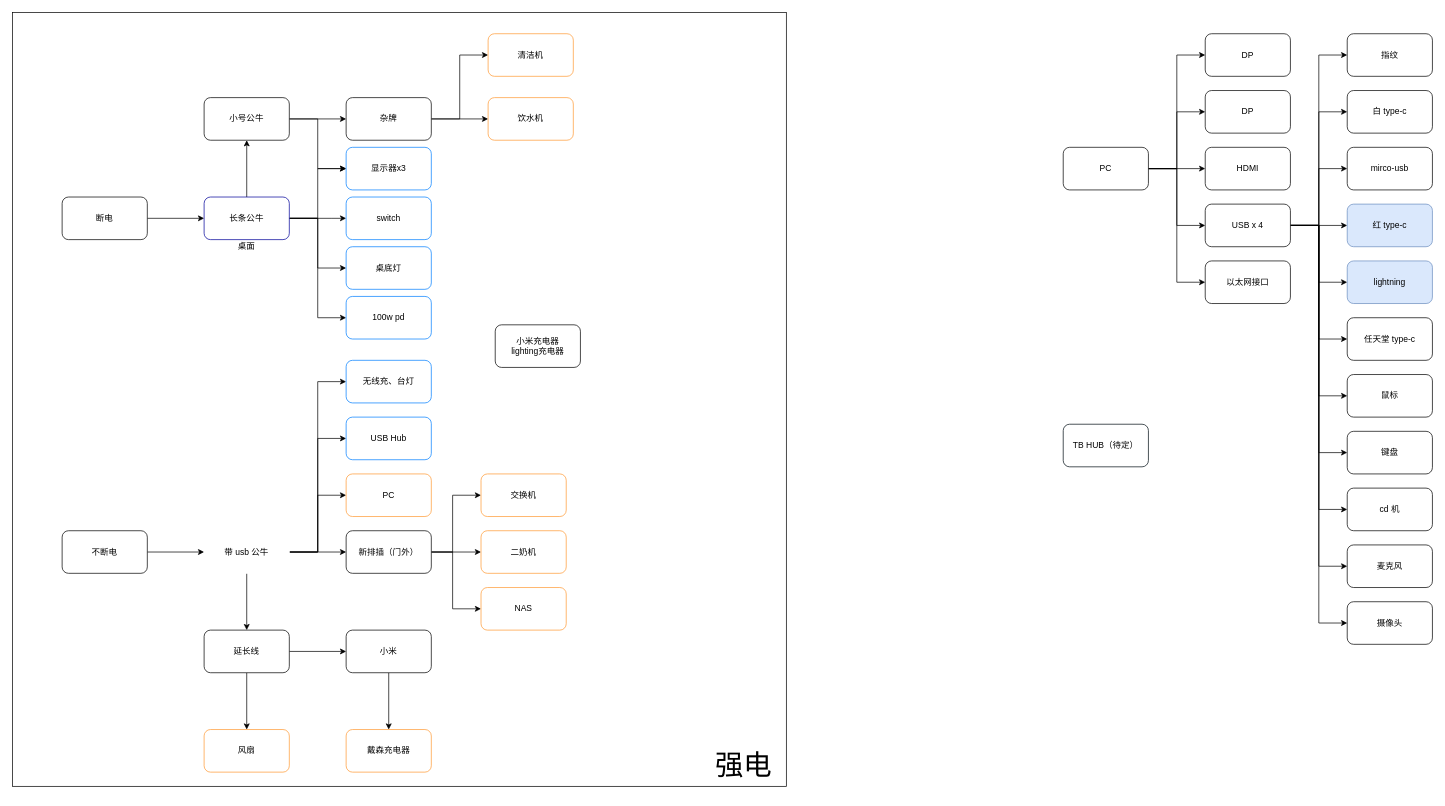
Before: 电力改造.drawio in RekiDunois/ImagineThings, a draw.io diagram. Source tidied: cells renumbered, new cells numbered last; positions are measured from the earlier drawing's top-left corner, leaving out a move shared by most shapes. Both pictures are drawn from the tidied source at 71%, with x=0, y=0 at pixel (12, 12).
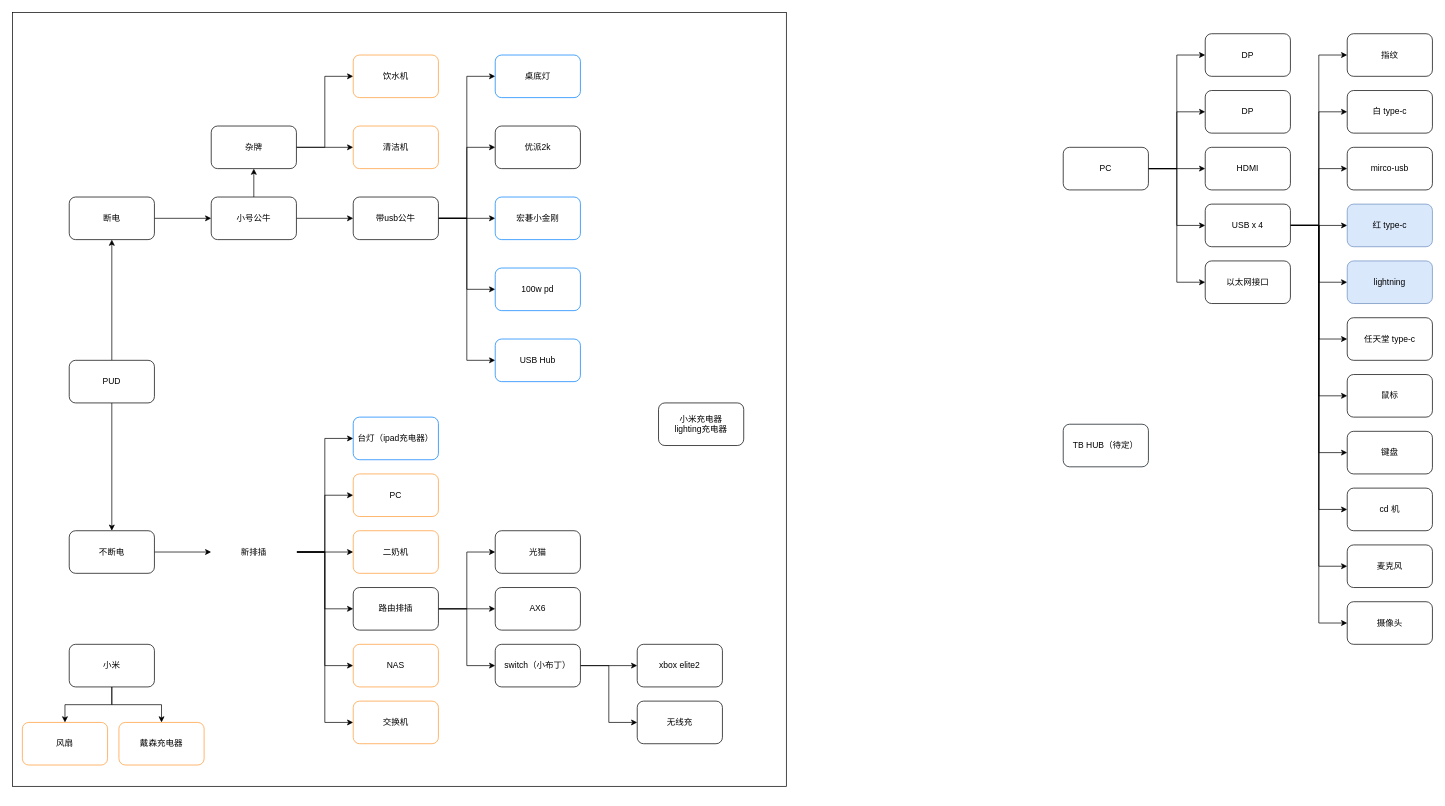
After the change.

Change to the diagram source:
```diff
@@
-    <mxCell id="3" style="edgeStyle=orthogonalEdgeStyle;rounded=0;jettySize=auto;html=1;" parent="1" edge="1" source="4" target="12">
-      <mxGeometry relative="1" as="geometry" />
-    </mxCell>
+    <mxCell id="85" style="edgeStyle=orthogonalEdgeStyle;rounded=0;jettySize=auto;html=1;entryX=0;entryY=0.5;entryDx=0;entryDy=0;" parent="1" edge="1" source="4" target="100">
+      <mxGeometry relative="1" as="geometry" />
+    </mxCell>
     <mxCell id="4" value="断电" style="rounded=1;whiteSpace=wrap;html=1;" parent="1" vertex="1">
-      <mxGeometry x="70" y="260" width="120" height="60" as="geometry" />
+      <mxGeometry x="80" y="260" width="120" height="60" as="geometry" />
     </mxCell>
@@
     <mxCell id="6" value="不断电" style="rounded=1;whiteSpace=wrap;html=1;" parent="1" vertex="1">
-      <mxGeometry x="70" y="730" width="120" height="60" as="geometry" />
+      <mxGeometry x="80" y="730" width="120" height="60" as="geometry" />
     </mxCell>
-    <mxCell id="7" style="edgeStyle=orthogonalEdgeStyle;rounded=0;jettySize=auto;html=1;" parent="1" edge="1" source="12" target="24">
-      <mxGeometry relative="1" as="geometry" />
-    </mxCell>
-    <mxCell id="8" style="edgeStyle=orthogonalEdgeStyle;rounded=0;jettySize=auto;html=1;entryX=0;entryY=0.5;entryDx=0;entryDy=0;" parent="1" edge="1" source="12" target="31">
-      <mxGeometry relative="1" as="geometry">
-        <Array as="points">
-          <mxPoint x="450" y="290" />
-          <mxPoint x="450" y="290" />
-        </Array>
-      </mxGeometry>
-    </mxCell>
-    <mxCell id="9" style="edgeStyle=orthogonalEdgeStyle;rounded=0;jettySize=auto;html=1;entryX=0;entryY=0.5;entryDx=0;entryDy=0;" parent="1" edge="1" source="12" target="30">
-      <mxGeometry relative="1" as="geometry" />
-    </mxCell>
-    <mxCell id="10" style="edgeStyle=orthogonalEdgeStyle;rounded=0;jettySize=auto;html=1;exitX=1;exitY=0.5;exitDx=0;exitDy=0;entryX=0;entryY=0.5;entryDx=0;entryDy=0;fontSize=40;" parent="1" edge="1" source="12" target="54">
-      <mxGeometry relative="1" as="geometry" />
-    </mxCell>
-    <mxCell id="11" style="edgeStyle=orthogonalEdgeStyle;rounded=0;jettySize=auto;html=1;entryX=0;entryY=0.5;entryDx=0;entryDy=0;" parent="1" edge="1" source="12" target="42">
-      <mxGeometry relative="1" as="geometry" />
-    </mxCell>
-    <mxCell id="12" value="长条公牛" style="whiteSpace=wrap;html=1;rounded=1;strokeColor=#000099;" parent="1" vertex="1">
-      <mxGeometry x="270" y="260" width="120" height="60" as="geometry" />
-    </mxCell>
-    <mxCell id="13" style="edgeStyle=orthogonalEdgeStyle;rounded=0;jettySize=auto;html=1;" parent="1" edge="1" source="18" target="21">
-      <mxGeometry relative="1" as="geometry" />
-    </mxCell>
-    <mxCell id="14" style="edgeStyle=orthogonalEdgeStyle;rounded=0;jettySize=auto;html=1;" parent="1" edge="1" source="18" target="36">
-      <mxGeometry relative="1" as="geometry" />
-    </mxCell>
     <mxCell id="15" style="edgeStyle=orthogonalEdgeStyle;rounded=0;jettySize=auto;html=1;entryX=0;entryY=0.5;entryDx=0;entryDy=0;" parent="1" edge="1" source="18" target="38">
       <mxGeometry relative="1" as="geometry">
         <Array as="points">
-          <mxPoint x="430" y="760" />
-          <mxPoint x="430" y="680" />
+          <mxPoint x="440" y="760" />
+          <mxPoint x="440" y="680" />
         </Array>
       </mxGeometry>
     </mxCell>
-    <mxCell id="16" style="edgeStyle=orthogonalEdgeStyle;rounded=0;jettySize=auto;html=1;entryX=0;entryY=0.5;entryDx=0;entryDy=0;" parent="1" edge="1" source="18" target="39">
-      <mxGeometry relative="1" as="geometry">
-        <Array as="points">
-          <mxPoint x="430" y="760" />
-          <mxPoint x="430" y="600" />
-        </Array>
-      </mxGeometry>
-    </mxCell>
     <mxCell id="17" style="edgeStyle=orthogonalEdgeStyle;rounded=0;jettySize=auto;html=1;" parent="1" edge="1" source="18" target="46">
       <mxGeometry relative="1" as="geometry">
         <Array as="points">
-          <mxPoint x="430" y="760" />
-          <mxPoint x="430" y="520" />
+          <mxPoint x="440" y="760" />
+          <mxPoint x="440" y="600" />
         </Array>
       </mxGeometry>
     </mxCell>
+    <mxCell id="86" style="edgeStyle=orthogonalEdgeStyle;rounded=0;jettySize=auto;html=1;entryX=0;entryY=0.5;entryDx=0;entryDy=0;" parent="1" edge="1" source="18" target="104">
+      <mxGeometry relative="1" as="geometry">
+        <Array as="points">
+          <mxPoint x="440" y="760" />
+          <mxPoint x="440" y="840" />
+        </Array>
+      </mxGeometry>
+    </mxCell>
+    <mxCell id="87" style="edgeStyle=orthogonalEdgeStyle;rounded=0;jettySize=auto;html=1;" parent="1" edge="1" source="18" target="37">
+      <mxGeometry relative="1" as="geometry" />
+    </mxCell>
+    <mxCell id="88" style="edgeStyle=orthogonalEdgeStyle;rounded=0;jettySize=auto;html=1;entryX=0;entryY=0.5;entryDx=0;entryDy=0;" parent="1" edge="1" source="18" target="40">
+      <mxGeometry relative="1" as="geometry">
+        <Array as="points">
+          <mxPoint x="440" y="760" />
+          <mxPoint x="440" y="920" />
+        </Array>
+      </mxGeometry>
+    </mxCell>
+    <mxCell id="89" style="edgeStyle=orthogonalEdgeStyle;rounded=0;jettySize=auto;html=1;entryX=0;entryY=0.5;entryDx=0;entryDy=0;" parent="1" edge="1" source="18" target="41">
+      <mxGeometry relative="1" as="geometry">
+        <Array as="points">
+          <mxPoint x="440" y="760" />
+          <mxPoint x="440" y="1000" />
+        </Array>
+      </mxGeometry>
+    </mxCell>
-    <mxCell id="18" value="带&amp;nbsp;usb&amp;nbsp;公牛" style="whiteSpace=wrap;html=1;rounded=1;fillColor=#FFFFFF;strokeColor=#FFFFFF;" parent="1" vertex="1">
-      <mxGeometry x="270" y="730" width="120" height="60" as="geometry" />
+    <mxCell id="18" value="新排插" style="whiteSpace=wrap;html=1;rounded=1;fillColor=#FFFFFF;strokeColor=#FFFFFF;" parent="1" vertex="1">
+      <mxGeometry x="280" y="730" width="120" height="60" as="geometry" />
     </mxCell>
-    <mxCell id="19" style="edgeStyle=orthogonalEdgeStyle;rounded=0;jettySize=auto;html=1;" parent="1" edge="1" source="21" target="29">
-      <mxGeometry relative="1" as="geometry" />
-    </mxCell>
-    <mxCell id="20" style="edgeStyle=orthogonalEdgeStyle;rounded=0;jettySize=auto;html=1;" parent="1" edge="1" source="21" target="43">
-      <mxGeometry relative="1" as="geometry" />
-    </mxCell>
-    <mxCell id="21" value="延长线" style="whiteSpace=wrap;html=1;rounded=1;" parent="1" vertex="1">
-      <mxGeometry x="270" y="870" width="120" height="60" as="geometry" />
-    </mxCell>
-    <mxCell id="22" style="edgeStyle=orthogonalEdgeStyle;rounded=0;jettySize=auto;html=1;" parent="1" edge="1" source="24" target="27">
-      <mxGeometry relative="1" as="geometry" />
-    </mxCell>
@@
+    <mxCell id="90" style="edgeStyle=orthogonalEdgeStyle;rounded=0;jettySize=auto;html=1;entryX=0;entryY=0.5;entryDx=0;entryDy=0;" parent="1" edge="1" source="24" target="42">
+      <mxGeometry relative="1" as="geometry" />
+    </mxCell>
+    <mxCell id="91" style="edgeStyle=orthogonalEdgeStyle;rounded=0;jettySize=auto;html=1;" parent="1" edge="1" source="24" target="112">
+      <mxGeometry relative="1" as="geometry">
+        <Array as="points">
+          <mxPoint x="640" y="290" />
+          <mxPoint x="640" y="190" />
+        </Array>
+      </mxGeometry>
+    </mxCell>
+    <mxCell id="92" style="edgeStyle=orthogonalEdgeStyle;rounded=0;jettySize=auto;html=1;entryX=0;entryY=0.5;entryDx=0;entryDy=0;" parent="1" edge="1" source="24" target="39">
+      <mxGeometry relative="1" as="geometry" />
+    </mxCell>
+    <mxCell id="93" style="edgeStyle=orthogonalEdgeStyle;rounded=0;jettySize=auto;html=1;entryX=0;entryY=0.5;entryDx=0;entryDy=0;" parent="1" edge="1" source="24" target="54">
+      <mxGeometry relative="1" as="geometry" />
+    </mxCell>
-    <mxCell id="24" value="小号公牛" style="whiteSpace=wrap;html=1;rounded=1;" parent="1" vertex="1">
-      <mxGeometry x="270" y="120" width="120" height="60" as="geometry" />
+    <mxCell id="24" value="带usb公牛" style="whiteSpace=wrap;html=1;rounded=1;" parent="1" vertex="1">
+      <mxGeometry x="480" y="260" width="120" height="60" as="geometry" />
     </mxCell>
-    <mxCell id="25" style="edgeStyle=orthogonalEdgeStyle;rounded=0;jettySize=auto;html=1;" parent="1" edge="1" source="27" target="32">
+    <mxCell id="25" style="edgeStyle=orthogonalEdgeStyle;rounded=0;jettySize=auto;html=1;entryX=0;entryY=0.5;entryDx=0;entryDy=0;" parent="1" edge="1" source="27" target="32">
       <mxGeometry relative="1" as="geometry" />
     </mxCell>
-    <mxCell id="26" style="edgeStyle=orthogonalEdgeStyle;rounded=0;jettySize=auto;html=1;" parent="1" edge="1" source="27" target="44">
-      <mxGeometry relative="1" as="geometry">
-        <Array as="points">
-          <mxPoint x="630" y="150" />
-          <mxPoint x="630" y="60" />
-        </Array>
-      </mxGeometry>
+    <mxCell id="26" style="edgeStyle=orthogonalEdgeStyle;rounded=0;jettySize=auto;html=1;entryX=0;entryY=0.5;entryDx=0;entryDy=0;" parent="1" edge="1" source="27" target="44">
+      <mxGeometry relative="1" as="geometry" />
     </mxCell>
     <mxCell id="27" value="杂牌" style="whiteSpace=wrap;html=1;rounded=1;" parent="1" vertex="1">
-      <mxGeometry x="470" y="120" width="120" height="60" as="geometry" />
+      <mxGeometry x="280" y="160" width="120" height="60" as="geometry" />
     </mxCell>
+    <mxCell id="94" style="edgeStyle=orthogonalEdgeStyle;rounded=0;jettySize=auto;html=1;entryX=0.5;entryY=0;entryDx=0;entryDy=0;" parent="1" edge="1" source="29" target="43">
+      <mxGeometry relative="1" as="geometry" />
+    </mxCell>
-    <mxCell id="28" style="edgeStyle=orthogonalEdgeStyle;rounded=0;jettySize=auto;html=1;" parent="1" edge="1" source="29" target="45">
+    <mxCell id="28" style="edgeStyle=orthogonalEdgeStyle;rounded=0;jettySize=auto;html=1;entryX=0.5;entryY=0;entryDx=0;entryDy=0;" parent="1" edge="1" source="29" target="45">
       <mxGeometry relative="1" as="geometry" />
     </mxCell>
     <mxCell id="29" value="小米" style="whiteSpace=wrap;html=1;rounded=1;" parent="1" vertex="1">
-      <mxGeometry x="470" y="870" width="120" height="60" as="geometry" />
+      <mxGeometry x="80" y="890" width="120" height="60" as="geometry" />
     </mxCell>
-    <mxCell id="30" value="显示器x3" style="whiteSpace=wrap;html=1;rounded=1;strokeColor=#007FFF;" parent="1" vertex="1">
-      <mxGeometry x="470" y="190" width="120" height="60" as="geometry" />
+    <mxCell id="30" value="宏碁小金刚" style="whiteSpace=wrap;html=1;rounded=1;strokeColor=#007FFF;" parent="1" vertex="1">
+      <mxGeometry x="680" y="260" width="120" height="60" as="geometry" />
     </mxCell>
-    <mxCell id="31" value="switch" style="whiteSpace=wrap;html=1;rounded=1;strokeColor=#007FFF;" parent="1" vertex="1">
-      <mxGeometry x="470" y="260" width="120" height="60" as="geometry" />
-    </mxCell>
-    <mxCell id="32" value="饮水机" style="whiteSpace=wrap;html=1;rounded=1;strokeColor=#FF9933;" parent="1" vertex="1">
-      <mxGeometry x="670" y="120" width="120" height="60" as="geometry" />
-    </mxCell>
-    <mxCell id="33" style="edgeStyle=orthogonalEdgeStyle;rounded=0;jettySize=auto;html=1;" parent="1" edge="1" source="36" target="37">
-      <mxGeometry relative="1" as="geometry" />
-    </mxCell>
-    <mxCell id="34" style="edgeStyle=orthogonalEdgeStyle;rounded=0;jettySize=auto;html=1;entryX=0;entryY=0.5;entryDx=0;entryDy=0;" parent="1" edge="1" source="36" target="40">
-      <mxGeometry relative="1" as="geometry">
-        <Array as="points">
-          <mxPoint x="620" y="760" />
-          <mxPoint x="620" y="840" />
-        </Array>
-      </mxGeometry>
-    </mxCell>
-    <mxCell id="35" style="edgeStyle=orthogonalEdgeStyle;rounded=0;jettySize=auto;html=1;" parent="1" edge="1" source="36" target="41">
-      <mxGeometry relative="1" as="geometry">
-        <Array as="points">
-          <mxPoint x="620" y="760" />
-          <mxPoint x="620" y="680" />
-        </Array>
-      </mxGeometry>
-    </mxCell>
-    <mxCell id="36" value="新排插（门外）" style="whiteSpace=wrap;html=1;rounded=1;" parent="1" vertex="1">
-      <mxGeometry x="470" y="730" width="120" height="60" as="geometry" />
-    </mxCell>
     <mxCell id="37" value="二奶机" style="whiteSpace=wrap;html=1;rounded=1;strokeColor=#FF9933;" parent="1" vertex="1">
-      <mxGeometry x="660" y="730" width="120" height="60" as="geometry" />
+      <mxGeometry x="480" y="730" width="120" height="60" as="geometry" />
     </mxCell>
     <mxCell id="38" value="PC" style="whiteSpace=wrap;html=1;rounded=1;strokeColor=#FF9933;" parent="1" vertex="1">
-      <mxGeometry x="470" y="650" width="120" height="60" as="geometry" />
+      <mxGeometry x="480" y="650" width="120" height="60" as="geometry" />
     </mxCell>
     <mxCell id="39" value="USB&amp;nbsp;Hub" style="whiteSpace=wrap;html=1;rounded=1;strokeColor=#007FFF;" parent="1" vertex="1">
-      <mxGeometry x="470" y="570" width="120" height="60" as="geometry" />
+      <mxGeometry x="680" y="460" width="120" height="60" as="geometry" />
     </mxCell>
     <mxCell id="40" value="NAS" style="whiteSpace=wrap;html=1;rounded=1;strokeColor=#FF9933;" parent="1" vertex="1">
-      <mxGeometry x="660" y="810" width="120" height="60" as="geometry" />
+      <mxGeometry x="480" y="890" width="120" height="60" as="geometry" />
     </mxCell>
     <mxCell id="41" value="交换机" style="whiteSpace=wrap;html=1;rounded=1;strokeColor=#FF9933;" parent="1" vertex="1">
-      <mxGeometry x="660" y="650" width="120" height="60" as="geometry" />
+      <mxGeometry x="480" y="970" width="120" height="60" as="geometry" />
     </mxCell>
     <mxCell id="42" value="100w&amp;nbsp;pd" style="whiteSpace=wrap;html=1;rounded=1;strokeColor=#007FFF;" parent="1" vertex="1">
-      <mxGeometry x="470" y="400" width="120" height="60" as="geometry" />
+      <mxGeometry x="680" y="360" width="120" height="60" as="geometry" />
     </mxCell>
     <mxCell id="43" value="风扇" style="whiteSpace=wrap;html=1;rounded=1;strokeColor=#FF9933;" parent="1" vertex="1">
-      <mxGeometry x="270" y="1010" width="120" height="60" as="geometry" />
+      <mxGeometry x="14" y="1000" width="120" height="60" as="geometry" />
     </mxCell>
     <mxCell id="44" value="清洁机" style="whiteSpace=wrap;html=1;rounded=1;strokeColor=#FF9933;" parent="1" vertex="1">
-      <mxGeometry x="670" y="30" width="120" height="60" as="geometry" />
+      <mxGeometry x="480" y="160" width="120" height="60" as="geometry" />
     </mxCell>
     <mxCell id="45" value="戴森充电器" style="whiteSpace=wrap;html=1;rounded=1;strokeColor=#FF9933;" parent="1" vertex="1">
-      <mxGeometry x="470" y="1010" width="120" height="60" as="geometry" />
+      <mxGeometry x="150" y="1000" width="120" height="60" as="geometry" />
     </mxCell>
-    <mxCell id="46" value="无线充、台灯" style="whiteSpace=wrap;html=1;rounded=1;strokeColor=#007FFF;" parent="1" vertex="1">
-      <mxGeometry x="470" y="490" width="120" height="60" as="geometry" />
+    <mxCell id="46" value="台灯（ipad充电器）" style="whiteSpace=wrap;html=1;rounded=1;strokeColor=#007FFF;" parent="1" vertex="1">
+      <mxGeometry x="480" y="570" width="120" height="60" as="geometry" />
     </mxCell>
-    <mxCell id="47" value="强电" style="text;html=1;strokeColor=none;fillColor=none;align=center;verticalAlign=middle;whiteSpace=wrap;rounded=0;fontSize=40;" parent="1" vertex="1">
-      <mxGeometry x="950" y="1020" width="160" height="80" as="geometry" />
-    </mxCell>
@@
     <mxCell id="54" value="桌底灯" style="rounded=1;whiteSpace=wrap;html=1;fontSize=12;fillColor=default;strokeColor=#007FFF;" parent="1" vertex="1">
-      <mxGeometry x="470" y="330" width="120" height="60" as="geometry" />
+      <mxGeometry x="680" y="60" width="120" height="60" as="geometry" />
     </mxCell>
-    <mxCell id="55" value="桌面" style="text;html=1;strokeColor=none;fillColor=none;align=center;verticalAlign=middle;whiteSpace=wrap;rounded=0;fontSize=12;" parent="1" vertex="1">
-      <mxGeometry x="300" y="320" width="60" height="20" as="geometry" />
-    </mxCell>
@@
     <mxCell id="84" value="小米充电器&lt;br&gt;lighting充电器" style="rounded=1;whiteSpace=wrap;html=1;" parent="1" vertex="1">
-      <mxGeometry x="680" y="440" width="120" height="60" as="geometry" />
+      <mxGeometry x="910" y="550" width="120" height="60" as="geometry" />
     </mxCell>
+    <mxCell id="95" style="edgeStyle=orthogonalEdgeStyle;rounded=0;jettySize=auto;html=1;" parent="1" edge="1" source="97" target="6">
+      <mxGeometry relative="1" as="geometry" />
+    </mxCell>
+    <mxCell id="96" style="edgeStyle=orthogonalEdgeStyle;rounded=0;jettySize=auto;html=1;" parent="1" edge="1" source="97" target="4">
+      <mxGeometry relative="1" as="geometry" />
+    </mxCell>
+    <mxCell id="97" value="PUD" style="rounded=1;whiteSpace=wrap;html=1;" parent="1" vertex="1">
+      <mxGeometry x="80" y="490" width="120" height="60" as="geometry" />
+    </mxCell>
+    <mxCell id="98" style="edgeStyle=orthogonalEdgeStyle;rounded=0;jettySize=auto;html=1;entryX=0;entryY=0.5;entryDx=0;entryDy=0;" parent="1" edge="1" source="100" target="24">
+      <mxGeometry relative="1" as="geometry" />
+    </mxCell>
+    <mxCell id="99" style="edgeStyle=orthogonalEdgeStyle;rounded=0;jettySize=auto;html=1;" parent="1" edge="1" source="100" target="27">
+      <mxGeometry relative="1" as="geometry" />
+    </mxCell>
+    <mxCell id="100" value="&lt;span&gt;小号公牛&lt;/span&gt;" style="rounded=1;whiteSpace=wrap;html=1;" parent="1" vertex="1">
+      <mxGeometry x="280" y="260" width="120" height="60" as="geometry" />
+    </mxCell>
+    <mxCell id="101" style="edgeStyle=orthogonalEdgeStyle;rounded=0;jettySize=auto;html=1;" parent="1" edge="1" source="104" target="105">
+      <mxGeometry relative="1" as="geometry" />
+    </mxCell>
+    <mxCell id="102" style="edgeStyle=orthogonalEdgeStyle;rounded=0;jettySize=auto;html=1;" parent="1" edge="1" source="104" target="106">
+      <mxGeometry relative="1" as="geometry">
+        <Array as="points">
+          <mxPoint x="640" y="840" />
+          <mxPoint x="640" y="760" />
+        </Array>
+      </mxGeometry>
+    </mxCell>
+    <mxCell id="103" style="edgeStyle=orthogonalEdgeStyle;rounded=0;jettySize=auto;html=1;" parent="1" edge="1" source="104" target="109">
+      <mxGeometry relative="1" as="geometry">
+        <Array as="points">
+          <mxPoint x="640" y="840" />
+          <mxPoint x="640" y="920" />
+        </Array>
+      </mxGeometry>
+    </mxCell>
+    <mxCell id="104" value="路由排插" style="rounded=1;whiteSpace=wrap;html=1;" parent="1" vertex="1">
+      <mxGeometry x="480" y="810" width="120" height="60" as="geometry" />
+    </mxCell>
+    <mxCell id="105" value="AX6" style="rounded=1;whiteSpace=wrap;html=1;" parent="1" vertex="1">
+      <mxGeometry x="680" y="810" width="120" height="60" as="geometry" />
+    </mxCell>
+    <mxCell id="106" value="光猫" style="rounded=1;whiteSpace=wrap;html=1;" parent="1" vertex="1">
+      <mxGeometry x="680" y="730" width="120" height="60" as="geometry" />
+    </mxCell>
+    <mxCell id="107" style="edgeStyle=orthogonalEdgeStyle;rounded=0;jettySize=auto;html=1;" parent="1" edge="1" source="109" target="110">
+      <mxGeometry relative="1" as="geometry" />
+    </mxCell>
+    <mxCell id="108" style="edgeStyle=orthogonalEdgeStyle;rounded=0;jettySize=auto;html=1;" parent="1" edge="1" source="109" target="111">
+      <mxGeometry relative="1" as="geometry">
+        <Array as="points">
+          <mxPoint x="840" y="920" />
+          <mxPoint x="840" y="1000" />
+        </Array>
+      </mxGeometry>
+    </mxCell>
+    <mxCell id="109" value="switch（小布丁）" style="rounded=1;whiteSpace=wrap;html=1;" parent="1" vertex="1">
+      <mxGeometry x="680" y="890" width="120" height="60" as="geometry" />
+    </mxCell>
+    <mxCell id="110" value="xbox elite2" style="whiteSpace=wrap;html=1;rounded=1;" parent="1" vertex="1">
+      <mxGeometry x="880" y="890" width="120" height="60" as="geometry" />
+    </mxCell>
+    <mxCell id="111" value="无线充" style="whiteSpace=wrap;html=1;rounded=1;" parent="1" vertex="1">
+      <mxGeometry x="880" y="970" width="120" height="60" as="geometry" />
+    </mxCell>
+    <mxCell id="112" value="优派2k" style="whiteSpace=wrap;html=1;rounded=1;" parent="1" vertex="1">
+      <mxGeometry x="680" y="160" width="120" height="60" as="geometry" />
+    </mxCell>
+    <mxCell id="32" value="饮水机" style="whiteSpace=wrap;html=1;rounded=1;strokeColor=#FF9933;" parent="1" vertex="1">
+      <mxGeometry x="480" y="60" width="120" height="60" as="geometry" />
+    </mxCell>
```
